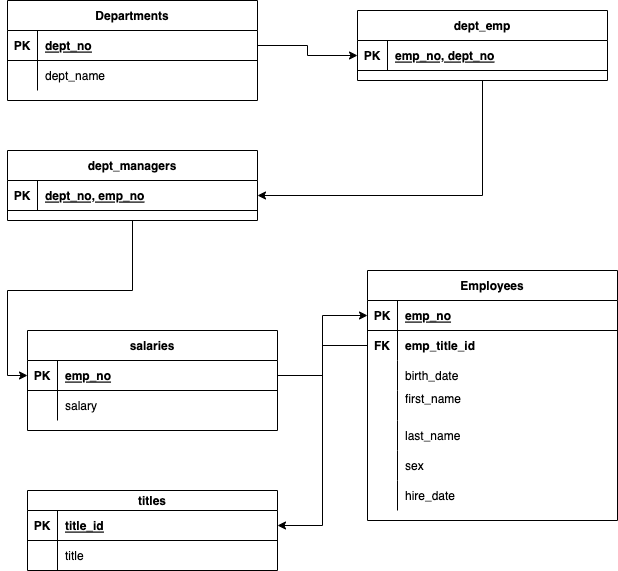
Earlier version of the draw.io export EmployeeSQL/ERD.SQL.png (RSGDATA/Employee-database-analysis). Source tidied: cells renumbered, new cells last; positions are measured from the earlier drawing's top-left corner, leaving out a move shared by most shapes. Source of this version:
```xml
<mxGraphModel>
  <root>
    <mxCell id="0" />
    <mxCell id="1" parent="0" />
    <mxCell id="2" value="Employees" style="shape=table;startSize=30;rowLines=0;fontStyle=1;align=center;" parent="1" vertex="1">
      <mxGeometry x="360" y="270" width="250" height="250" as="geometry" />
    </mxCell>
    <mxCell id="3" style="shape=partialRectangle;fillColor=none;points=[[0,0.5],[1,0.5]];portConstraint=eastwest;top=0;left=0;right=0;bottom=1;" parent="2" vertex="1">
      <mxGeometry y="30" width="250" height="30" as="geometry" />
    </mxCell>
    <mxCell id="4" value="PK" style="shape=partialRectangle;overflow=hidden;fillColor=none;top=0;left=0;bottom=0;right=0;fontStyle=1;" parent="3" vertex="1">
      <mxGeometry width="30" height="30" as="geometry" />
    </mxCell>
    <mxCell id="5" value="emp_no" style="shape=partialRectangle;overflow=hidden;fillColor=none;top=0;left=0;bottom=0;right=0;align=left;spacingLeft=6;fontStyle=5;" parent="3" vertex="1">
      <mxGeometry x="30" width="220" height="30" as="geometry" />
    </mxCell>
    <mxCell id="6" style="shape=partialRectangle;fillColor=none;points=[[0,0.5],[1,0.5]];portConstraint=eastwest;top=0;left=0;right=0;bottom=0;" parent="2" vertex="1">
      <mxGeometry y="60" width="250" height="30" as="geometry" />
    </mxCell>
    <mxCell id="7" value="FK" style="shape=partialRectangle;overflow=hidden;fillColor=none;top=0;left=0;bottom=0;right=0;fontStyle=1;" parent="6" vertex="1">
      <mxGeometry width="30" height="30" as="geometry" />
    </mxCell>
    <mxCell id="8" value="emp_title_id" style="shape=partialRectangle;overflow=hidden;fillColor=none;top=0;left=0;bottom=0;right=0;align=left;spacingLeft=6;fontStyle=1;" parent="6" vertex="1">
      <mxGeometry x="30" width="220" height="30" as="geometry" />
    </mxCell>
    <mxCell id="9" style="shape=partialRectangle;fillColor=none;top=0;left=0;right=0;bottom=0;" parent="2" vertex="1">
      <mxGeometry y="90" width="250" height="30" as="geometry" />
    </mxCell>
    <mxCell id="10" style="shape=partialRectangle;overflow=hidden;fillColor=none;top=0;left=0;bottom=0;right=0;" parent="9" vertex="1">
      <mxGeometry width="30" height="30" as="geometry" />
    </mxCell>
    <mxCell id="11" value="birth_date" style="shape=partialRectangle;overflow=hidden;fillColor=none;top=0;left=0;bottom=0;right=0;align=left;spacingLeft=6;" parent="9" vertex="1">
      <mxGeometry x="30" width="220" height="30" as="geometry" />
    </mxCell>
    <mxCell id="12" style="shape=partialRectangle;fillColor=none;top=0;left=0;right=0;bottom=0;" parent="2" vertex="1">
      <mxGeometry y="120" width="250" height="30" as="geometry" />
    </mxCell>
    <mxCell id="13" style="shape=partialRectangle;overflow=hidden;fillColor=none;top=0;left=0;bottom=0;right=0;" parent="12" vertex="1">
      <mxGeometry width="30" height="30" as="geometry" />
    </mxCell>
    <mxCell id="14" value="first_name&#10;" style="shape=partialRectangle;overflow=hidden;fillColor=none;top=0;left=0;bottom=0;right=0;align=left;spacingLeft=6;" parent="12" vertex="1">
      <mxGeometry x="30" width="220" height="30" as="geometry" />
    </mxCell>
    <mxCell id="15" style="shape=partialRectangle;fillColor=none;top=0;left=0;right=0;bottom=0;" parent="2" vertex="1">
      <mxGeometry y="150" width="250" height="30" as="geometry" />
    </mxCell>
    <mxCell id="16" style="shape=partialRectangle;overflow=hidden;fillColor=none;top=0;left=0;bottom=0;right=0;" parent="15" vertex="1">
      <mxGeometry width="30" height="30" as="geometry" />
    </mxCell>
    <mxCell id="17" value="last_name" style="shape=partialRectangle;overflow=hidden;fillColor=none;top=0;left=0;bottom=0;right=0;align=left;spacingLeft=6;" parent="15" vertex="1">
      <mxGeometry x="30" width="220" height="30" as="geometry" />
    </mxCell>
    <mxCell id="18" style="shape=partialRectangle;fillColor=none;points=[[0,0.5],[1,0.5]];portConstraint=eastwest;top=0;left=0;right=0;bottom=0;" parent="2" vertex="1">
      <mxGeometry y="180" width="250" height="30" as="geometry" />
    </mxCell>
    <mxCell id="19" style="shape=partialRectangle;overflow=hidden;fillColor=none;top=0;left=0;bottom=0;right=0;" parent="18" vertex="1">
      <mxGeometry width="30" height="30" as="geometry" />
    </mxCell>
    <mxCell id="20" value="sex" style="shape=partialRectangle;overflow=hidden;fillColor=none;top=0;left=0;bottom=0;right=0;align=left;spacingLeft=6;" parent="18" vertex="1">
      <mxGeometry x="30" width="220" height="30" as="geometry" />
    </mxCell>
    <mxCell id="21" style="shape=partialRectangle;fillColor=none;top=0;left=0;right=0;bottom=0;" parent="2" vertex="1">
      <mxGeometry y="210" width="250" height="30" as="geometry" />
    </mxCell>
    <mxCell id="22" style="shape=partialRectangle;overflow=hidden;fillColor=none;top=0;left=0;bottom=0;right=0;" parent="21" vertex="1">
      <mxGeometry width="30" height="30" as="geometry" />
    </mxCell>
    <mxCell id="23" value="hire_date" style="shape=partialRectangle;overflow=hidden;fillColor=none;top=0;left=0;bottom=0;right=0;align=left;spacingLeft=6;" parent="21" vertex="1">
      <mxGeometry x="30" width="220" height="30" as="geometry" />
    </mxCell>
    <mxCell id="24" value="Departments" style="shape=table;startSize=30;rowLines=0;fontStyle=1;align=center;" parent="1" vertex="1">
      <mxGeometry width="250" height="100" as="geometry" />
    </mxCell>
    <mxCell id="25" style="shape=partialRectangle;fillColor=none;points=[[0,0.5],[1,0.5]];portConstraint=eastwest;top=0;left=0;right=0;bottom=1;" parent="24" vertex="1">
      <mxGeometry y="30" width="250" height="30" as="geometry" />
    </mxCell>
    <mxCell id="26" value="PK" style="shape=partialRectangle;overflow=hidden;fillColor=none;top=0;left=0;bottom=0;right=0;fontStyle=1;" parent="25" vertex="1">
      <mxGeometry width="30" height="30" as="geometry" />
    </mxCell>
    <mxCell id="27" value="dept_no" style="shape=partialRectangle;overflow=hidden;fillColor=none;top=0;left=0;bottom=0;right=0;align=left;spacingLeft=6;fontStyle=5;" parent="25" vertex="1">
      <mxGeometry x="30" width="220" height="30" as="geometry" />
    </mxCell>
    <mxCell id="28" style="shape=partialRectangle;fillColor=none;top=0;left=0;right=0;bottom=0;" parent="24" vertex="1">
      <mxGeometry y="60" width="250" height="30" as="geometry" />
    </mxCell>
    <mxCell id="29" style="shape=partialRectangle;overflow=hidden;fillColor=none;top=0;left=0;bottom=0;right=0;" parent="28" vertex="1">
      <mxGeometry width="30" height="30" as="geometry" />
    </mxCell>
    <mxCell id="30" value="dept_name" style="shape=partialRectangle;overflow=hidden;fillColor=none;top=0;left=0;bottom=0;right=0;align=left;spacingLeft=6;fontStyle=0;" parent="28" vertex="1">
      <mxGeometry x="30" width="220" height="30" as="geometry" />
    </mxCell>
    <mxCell id="31" value="salaries" style="shape=table;startSize=30;rowLines=0;fontStyle=1;align=center;" parent="1" vertex="1">
      <mxGeometry x="20" y="330" width="250" height="100" as="geometry" />
    </mxCell>
    <mxCell id="32" style="shape=partialRectangle;fillColor=none;points=[[0,0.5],[1,0.5]];portConstraint=eastwest;top=0;left=0;right=0;bottom=1;" parent="31" vertex="1">
      <mxGeometry y="30" width="250" height="30" as="geometry" />
    </mxCell>
    <mxCell id="33" value="PK" style="shape=partialRectangle;overflow=hidden;fillColor=none;top=0;left=0;bottom=0;right=0;fontStyle=1;" parent="32" vertex="1">
      <mxGeometry width="30" height="30" as="geometry" />
    </mxCell>
    <mxCell id="34" value="emp_no" style="shape=partialRectangle;overflow=hidden;fillColor=none;top=0;left=0;bottom=0;right=0;align=left;spacingLeft=6;fontStyle=5;" parent="32" vertex="1">
      <mxGeometry x="30" width="220" height="30" as="geometry" />
    </mxCell>
    <mxCell id="35" style="shape=partialRectangle;fillColor=none;top=0;left=0;right=0;bottom=0;" parent="31" vertex="1">
      <mxGeometry y="60" width="250" height="30" as="geometry" />
    </mxCell>
    <mxCell id="36" style="shape=partialRectangle;overflow=hidden;fillColor=none;top=0;left=0;bottom=0;right=0;" parent="35" vertex="1">
      <mxGeometry width="30" height="30" as="geometry" />
    </mxCell>
    <mxCell id="37" value="salary" style="shape=partialRectangle;overflow=hidden;fillColor=none;top=0;left=0;bottom=0;right=0;align=left;spacingLeft=6;" parent="35" vertex="1">
      <mxGeometry x="30" width="220" height="30" as="geometry" />
    </mxCell>
    <mxCell id="38" style="edgeStyle=orthogonalEdgeStyle;rounded=0;jettySize=auto;html=1;exitX=0.5;exitY=1;exitDx=0;exitDy=0;entryX=1;entryY=0.5;entryDx=0;entryDy=0;" parent="1" edge="1" source="39" target="46">
      <mxGeometry relative="1" as="geometry" />
    </mxCell>
    <mxCell id="39" value="dept_emp" style="shape=table;startSize=30;rowLines=0;fontStyle=1;align=center;" parent="1" vertex="1">
      <mxGeometry x="350" y="10" width="250" height="70" as="geometry" />
    </mxCell>
    <mxCell id="40" style="shape=partialRectangle;fillColor=none;points=[[0,0.5],[1,0.5]];portConstraint=eastwest;top=0;left=0;right=0;bottom=1;" parent="39" vertex="1">
      <mxGeometry y="30" width="250" height="30" as="geometry" />
    </mxCell>
    <mxCell id="41" value="PK" style="shape=partialRectangle;overflow=hidden;fillColor=none;top=0;left=0;bottom=0;right=0;fontStyle=1;" parent="40" vertex="1">
      <mxGeometry width="30" height="30" as="geometry" />
    </mxCell>
    <mxCell id="42" value="emp_no, dept_no" style="shape=partialRectangle;overflow=hidden;fillColor=none;top=0;left=0;bottom=0;right=0;align=left;spacingLeft=6;fontStyle=5;" parent="40" vertex="1">
      <mxGeometry x="30" width="220" height="30" as="geometry" />
    </mxCell>
    <mxCell id="43" style="edgeStyle=orthogonalEdgeStyle;rounded=0;jettySize=auto;html=1;exitX=1;exitY=0.5;exitDx=0;exitDy=0;entryX=0;entryY=0.5;entryDx=0;entryDy=0;" parent="1" edge="1" source="25" target="x">
      <mxGeometry relative="1" as="geometry" />
    </mxCell>
    <mxCell id="44" style="edgeStyle=orthogonalEdgeStyle;rounded=0;jettySize=auto;html=1;exitX=0.5;exitY=1;exitDx=0;exitDy=0;entryX=0;entryY=0.5;entryDx=0;entryDy=0;" parent="1" edge="1" source="45" target="32">
      <mxGeometry relative="1" as="geometry" />
    </mxCell>
    <mxCell id="45" value="dept_managers" style="shape=table;startSize=30;rowLines=0;fontStyle=1;align=center;" parent="1" vertex="1">
      <mxGeometry y="150" width="250" height="70" as="geometry" />
    </mxCell>
    <mxCell id="46" style="shape=partialRectangle;fillColor=none;points=[[0,0.5],[1,0.5]];portConstraint=eastwest;top=0;left=0;right=0;bottom=1;" parent="45" vertex="1">
      <mxGeometry y="30" width="250" height="30" as="geometry" />
    </mxCell>
    <mxCell id="47" value="PK" style="shape=partialRectangle;overflow=hidden;fillColor=none;top=0;left=0;bottom=0;right=0;fontStyle=1;" parent="46" vertex="1">
      <mxGeometry width="30" height="30" as="geometry" />
    </mxCell>
    <mxCell id="48" value="dept_no, emp_no" style="shape=partialRectangle;overflow=hidden;fillColor=none;top=0;left=0;bottom=0;right=0;align=left;spacingLeft=6;fontStyle=5;" parent="46" vertex="1">
      <mxGeometry x="30" width="220" height="30" as="geometry" />
    </mxCell>
    <mxCell id="49" value="titles" style="shape=table;startSize=20;rowLines=0;fontStyle=1;align=center;" parent="1" vertex="1">
      <mxGeometry x="20" y="490" width="250" height="80" as="geometry" />
    </mxCell>
    <mxCell id="50" style="shape=partialRectangle;fillColor=none;points=[[0,0.5],[1,0.5]];portConstraint=eastwest;top=0;left=0;right=0;bottom=1;" parent="49" vertex="1">
      <mxGeometry y="20" width="250" height="30" as="geometry" />
    </mxCell>
    <mxCell id="51" value="PK" style="shape=partialRectangle;overflow=hidden;fillColor=none;top=0;left=0;bottom=0;right=0;fontStyle=1;" parent="50" vertex="1">
      <mxGeometry width="30" height="30" as="geometry" />
    </mxCell>
    <mxCell id="52" value="title_id" style="shape=partialRectangle;overflow=hidden;fillColor=none;top=0;left=0;bottom=0;right=0;align=left;spacingLeft=6;fontStyle=5;" parent="50" vertex="1">
      <mxGeometry x="30" width="220" height="30" as="geometry" />
    </mxCell>
    <mxCell id="53" style="shape=partialRectangle;fillColor=none;top=0;left=0;right=0;bottom=0;" parent="49" vertex="1">
      <mxGeometry y="50" width="250" height="30" as="geometry" />
    </mxCell>
    <mxCell id="54" style="shape=partialRectangle;overflow=hidden;fillColor=none;top=0;left=0;bottom=0;right=0;" parent="53" vertex="1">
      <mxGeometry width="30" height="30" as="geometry" />
    </mxCell>
    <mxCell id="55" value="title" style="shape=partialRectangle;overflow=hidden;fillColor=none;top=0;left=0;bottom=0;right=0;align=left;spacingLeft=6;" parent="53" vertex="1">
      <mxGeometry x="30" width="220" height="30" as="geometry" />
    </mxCell>
    <mxCell id="56" style="edgeStyle=orthogonalEdgeStyle;rounded=0;jettySize=auto;html=1;exitX=0;exitY=0.5;exitDx=0;exitDy=0;entryX=1;entryY=0.5;entryDx=0;entryDy=0;" parent="1" edge="1" source="40" target="x">
      <mxGeometry relative="1" as="geometry" />
    </mxCell>
    <mxCell id="57" style="edgeStyle=orthogonalEdgeStyle;rounded=0;jettySize=auto;html=1;exitX=1;exitY=0.5;exitDx=0;exitDy=0;entryX=0;entryY=0.5;entryDx=0;entryDy=0;" parent="1" edge="1" source="32" target="3">
      <mxGeometry relative="1" as="geometry" />
    </mxCell>
    <mxCell id="58" style="edgeStyle=orthogonalEdgeStyle;rounded=0;jettySize=auto;html=1;exitX=1;exitY=0.5;exitDx=0;exitDy=0;" parent="1" edge="1" source="25" target="40">
      <mxGeometry relative="1" as="geometry" />
    </mxCell>
    <mxCell id="59" style="edgeStyle=orthogonalEdgeStyle;rounded=0;jettySize=auto;html=1;exitX=0;exitY=0.5;exitDx=0;exitDy=0;entryX=1;entryY=0.5;entryDx=0;entryDy=0;" parent="1" edge="1" source="6" target="50">
      <mxGeometry relative="1" as="geometry" />
    </mxCell>
  </root>
</mxGraphModel>
```
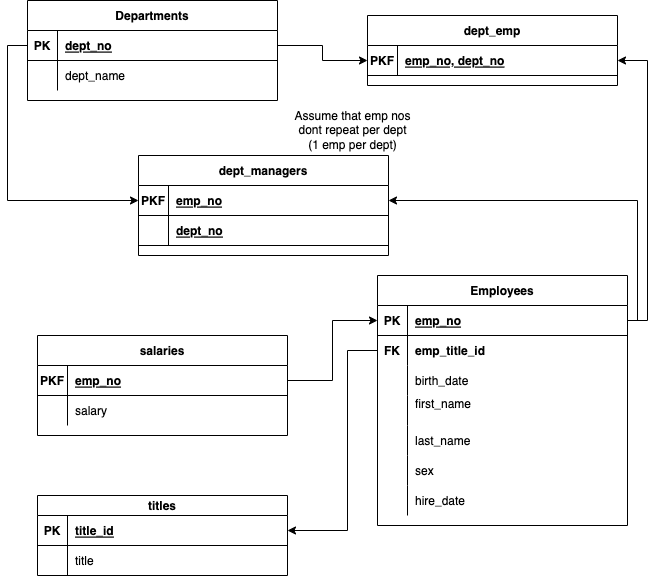
Later version of the same file.

Diff of the diagram source:
```diff
@@ -69,7 +69,7 @@
       <mxGeometry x="30" width="220" height="30" as="geometry" />
     </mxCell>
     <mxCell id="24" value="Departments" style="shape=table;startSize=30;rowLines=0;fontStyle=1;align=center;" parent="1" vertex="1">
-      <mxGeometry width="250" height="100" as="geometry" />
+      <mxGeometry x="10" y="-5" width="250" height="100" as="geometry" />
     </mxCell>
     <mxCell id="25" style="shape=partialRectangle;fillColor=none;points=[[0,0.5],[1,0.5]];portConstraint=eastwest;top=0;left=0;right=0;bottom=1;" parent="24" vertex="1">
       <mxGeometry y="30" width="250" height="30" as="geometry" />
@@ -95,7 +95,7 @@
     <mxCell id="32" style="shape=partialRectangle;fillColor=none;points=[[0,0.5],[1,0.5]];portConstraint=eastwest;top=0;left=0;right=0;bottom=1;" parent="31" vertex="1">
       <mxGeometry y="30" width="250" height="30" as="geometry" />
     </mxCell>
-    <mxCell id="33" value="PK" style="shape=partialRectangle;overflow=hidden;fillColor=none;top=0;left=0;bottom=0;right=0;fontStyle=1;" parent="32" vertex="1">
+    <mxCell id="33" value="PKF" style="shape=partialRectangle;overflow=hidden;fillColor=none;top=0;left=0;bottom=0;right=0;fontStyle=1;" parent="32" vertex="1">
       <mxGeometry width="30" height="30" as="geometry" />
     </mxCell>
     <mxCell id="34" value="emp_no" style="shape=partialRectangle;overflow=hidden;fillColor=none;top=0;left=0;bottom=0;right=0;align=left;spacingLeft=6;fontStyle=5;" parent="32" vertex="1">
@@ -110,16 +110,13 @@
     <mxCell id="37" value="salary" style="shape=partialRectangle;overflow=hidden;fillColor=none;top=0;left=0;bottom=0;right=0;align=left;spacingLeft=6;" parent="35" vertex="1">
       <mxGeometry x="30" width="220" height="30" as="geometry" />
     </mxCell>
-    <mxCell id="38" style="edgeStyle=orthogonalEdgeStyle;rounded=0;jettySize=auto;html=1;exitX=0.5;exitY=1;exitDx=0;exitDy=0;entryX=1;entryY=0.5;entryDx=0;entryDy=0;" parent="1" edge="1" source="39" target="46">
-      <mxGeometry relative="1" as="geometry" />
-    </mxCell>
     <mxCell id="39" value="dept_emp" style="shape=table;startSize=30;rowLines=0;fontStyle=1;align=center;" parent="1" vertex="1">
       <mxGeometry x="350" y="10" width="250" height="70" as="geometry" />
     </mxCell>
     <mxCell id="40" style="shape=partialRectangle;fillColor=none;points=[[0,0.5],[1,0.5]];portConstraint=eastwest;top=0;left=0;right=0;bottom=1;" parent="39" vertex="1">
       <mxGeometry y="30" width="250" height="30" as="geometry" />
     </mxCell>
-    <mxCell id="41" value="PK" style="shape=partialRectangle;overflow=hidden;fillColor=none;top=0;left=0;bottom=0;right=0;fontStyle=1;" parent="40" vertex="1">
+    <mxCell id="41" value="PKF" style="shape=partialRectangle;overflow=hidden;fillColor=none;top=0;left=0;bottom=0;right=0;fontStyle=1;" parent="40" vertex="1">
       <mxGeometry width="30" height="30" as="geometry" />
     </mxCell>
     <mxCell id="42" value="emp_no, dept_no" style="shape=partialRectangle;overflow=hidden;fillColor=none;top=0;left=0;bottom=0;right=0;align=left;spacingLeft=6;fontStyle=5;" parent="40" vertex="1">
@@ -128,21 +125,27 @@
     <mxCell id="43" style="edgeStyle=orthogonalEdgeStyle;rounded=0;jettySize=auto;html=1;exitX=1;exitY=0.5;exitDx=0;exitDy=0;entryX=0;entryY=0.5;entryDx=0;entryDy=0;" parent="1" edge="1" source="25" target="x">
       <mxGeometry relative="1" as="geometry" />
     </mxCell>
-    <mxCell id="44" style="edgeStyle=orthogonalEdgeStyle;rounded=0;jettySize=auto;html=1;exitX=0.5;exitY=1;exitDx=0;exitDy=0;entryX=0;entryY=0.5;entryDx=0;entryDy=0;" parent="1" edge="1" source="45" target="32">
-      <mxGeometry relative="1" as="geometry" />
-    </mxCell>
     <mxCell id="45" value="dept_managers" style="shape=table;startSize=30;rowLines=0;fontStyle=1;align=center;" parent="1" vertex="1">
-      <mxGeometry y="150" width="250" height="70" as="geometry" />
+      <mxGeometry x="121" y="150" width="250" height="100" as="geometry" />
     </mxCell>
     <mxCell id="46" style="shape=partialRectangle;fillColor=none;points=[[0,0.5],[1,0.5]];portConstraint=eastwest;top=0;left=0;right=0;bottom=1;" parent="45" vertex="1">
       <mxGeometry y="30" width="250" height="30" as="geometry" />
     </mxCell>
-    <mxCell id="47" value="PK" style="shape=partialRectangle;overflow=hidden;fillColor=none;top=0;left=0;bottom=0;right=0;fontStyle=1;" parent="46" vertex="1">
+    <mxCell id="47" value="PKF" style="shape=partialRectangle;overflow=hidden;fillColor=none;top=0;left=0;bottom=0;right=0;fontStyle=1;" parent="46" vertex="1">
       <mxGeometry width="30" height="30" as="geometry" />
     </mxCell>
-    <mxCell id="48" value="dept_no, emp_no" style="shape=partialRectangle;overflow=hidden;fillColor=none;top=0;left=0;bottom=0;right=0;align=left;spacingLeft=6;fontStyle=5;" parent="46" vertex="1">
+    <mxCell id="48" value="emp_no" style="shape=partialRectangle;overflow=hidden;fillColor=none;top=0;left=0;bottom=0;right=0;align=left;spacingLeft=6;fontStyle=5;" parent="46" vertex="1">
       <mxGeometry x="30" width="220" height="30" as="geometry" />
     </mxCell>
+    <mxCell id="60" style="shape=partialRectangle;fillColor=none;top=0;left=0;right=0;bottom=1;" parent="45" vertex="1">
+      <mxGeometry y="60" width="250" height="30" as="geometry" />
+    </mxCell>
+    <mxCell id="61" style="shape=partialRectangle;overflow=hidden;fillColor=none;top=0;left=0;bottom=0;right=0;fontStyle=1;" parent="60" vertex="1">
+      <mxGeometry width="30" height="30" as="geometry" />
+    </mxCell>
+    <mxCell id="62" value="dept_no" style="shape=partialRectangle;overflow=hidden;fillColor=none;top=0;left=0;bottom=0;right=0;align=left;spacingLeft=6;fontStyle=5;" parent="60" vertex="1">
+      <mxGeometry x="30" width="220" height="30" as="geometry" />
+    </mxCell>
     <mxCell id="49" value="titles" style="shape=table;startSize=20;rowLines=0;fontStyle=1;align=center;" parent="1" vertex="1">
       <mxGeometry x="20" y="490" width="250" height="80" as="geometry" />
     </mxCell>
@@ -174,7 +177,40 @@
       <mxGeometry relative="1" as="geometry" />
     </mxCell>
     <mxCell id="59" style="edgeStyle=orthogonalEdgeStyle;rounded=0;jettySize=auto;html=1;exitX=0;exitY=0.5;exitDx=0;exitDy=0;entryX=1;entryY=0.5;entryDx=0;entryDy=0;" parent="1" edge="1" source="6" target="50">
-      <mxGeometry relative="1" as="geometry" />
+      <mxGeometry relative="1" as="geometry">
+        <Array as="points">
+          <mxPoint x="330" y="345" />
+          <mxPoint x="330" y="525" />
+        </Array>
+      </mxGeometry>
     </mxCell>
+    <mxCell id="63" style="edgeStyle=orthogonalEdgeStyle;rounded=0;jettySize=auto;html=1;exitX=1;exitY=0.5;exitDx=0;exitDy=0;entryX=1;entryY=0.5;entryDx=0;entryDy=0;" parent="1" edge="1" source="3" target="40">
+      <mxGeometry relative="1" as="geometry" />
+    </mxCell>
+    <mxCell id="64" style="edgeStyle=orthogonalEdgeStyle;rounded=0;jettySize=auto;html=1;exitX=0;exitY=0.5;exitDx=0;exitDy=0;" parent="1" edge="1" source="25" target="46">
+      <mxGeometry relative="1" as="geometry" />
+    </mxCell>
+    <mxCell id="65" style="edgeStyle=orthogonalEdgeStyle;rounded=0;jettySize=auto;html=1;exitX=1;exitY=0.5;exitDx=0;exitDy=0;" parent="1" edge="1" source="3" target="46">
+      <mxGeometry relative="1" as="geometry">
+        <Array as="points">
+          <mxPoint x="620" y="315" />
+          <mxPoint x="620" y="195" />
+        </Array>
+      </mxGeometry>
+    </mxCell>
+    <mxCell id="66" style="edgeStyle=orthogonalEdgeStyle;rounded=0;jettySize=auto;html=1;exitX=1;exitY=0.5;exitDx=0;exitDy=0;" parent="1" edge="1" source="x" target="18">
+      <mxGeometry relative="1" as="geometry" />
+    </mxCell>
+    <mxCell id="67" style="edgeStyle=orthogonalEdgeStyle;rounded=0;jettySize=auto;html=1;exitX=1;exitY=0.5;exitDx=0;exitDy=0;entryX=1;entryY=0.5;entryDx=0;entryDy=0;" parent="1" edge="1" source="x" target="18">
+      <mxGeometry relative="1" as="geometry">
+        <Array as="points">
+          <mxPoint x="650" y="100" />
+          <mxPoint x="650" y="465" />
+        </Array>
+      </mxGeometry>
+    </mxCell>
+    <mxCell id="68" value="Assume that emp nos&lt;br&gt;dont repeat per dept&lt;br&gt;(1 emp per dept)" style="text;html=1;align=center;verticalAlign=middle;strokeColor=none;fillColor=none;" parent="1" vertex="1">
+      <mxGeometry x="270" y="100" width="130" height="50" as="geometry" />
+    </mxCell>
   </root>
 </mxGraphModel>
```
